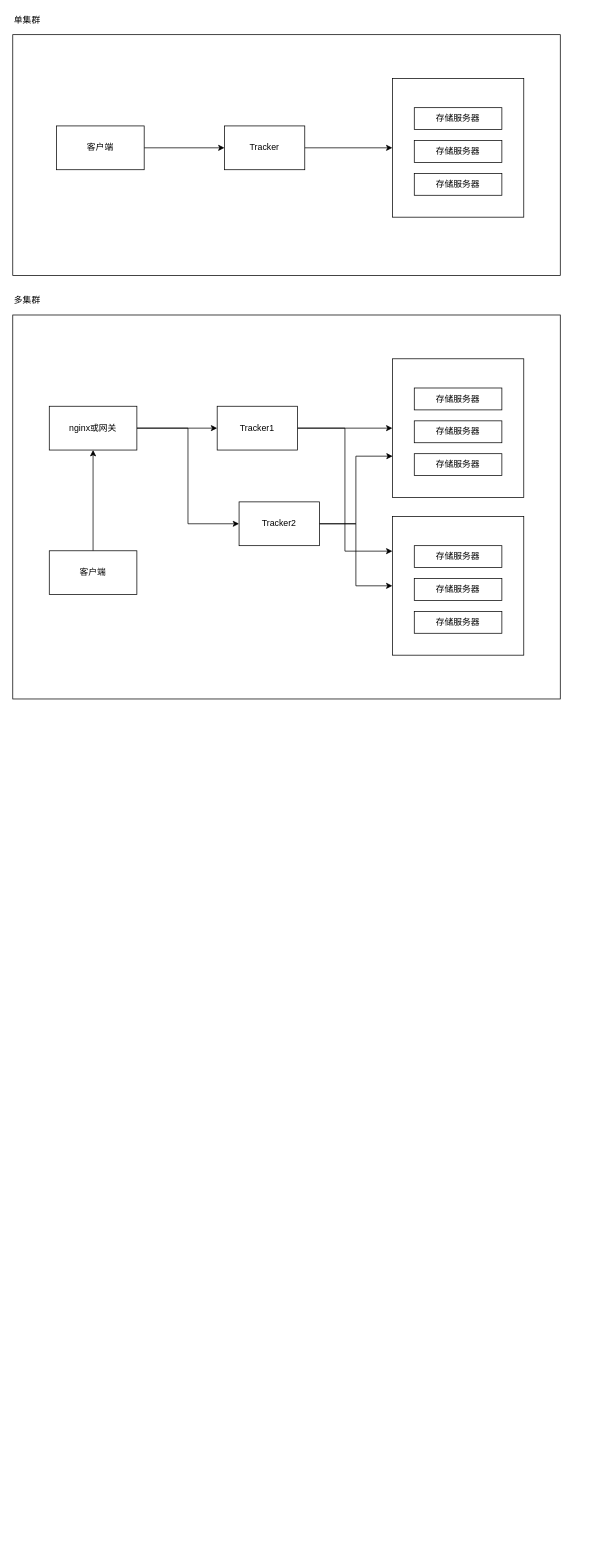
itmisx/go-dfs keeps this draw.io diagram as docs/frame.dio. Above is the earlier version. Source tidied: cells renumbered, new cells numbered last; positions are measured from the earlier drawing's top-left corner, leaving out a move shared by most shapes. Both pictures are drawn from the tidied source at 73%, with x=0, y=0 at pixel (12, 12).
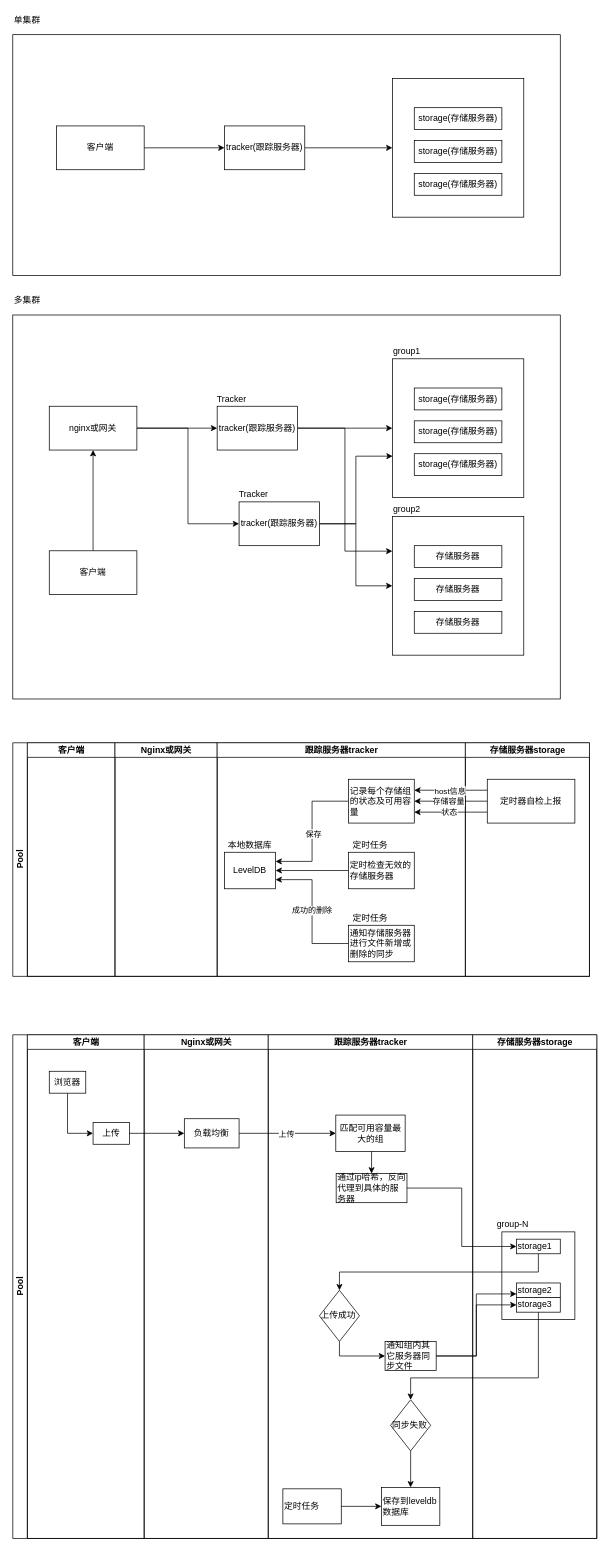
The same diagram, later.

The edit, as a diff of the source:
```diff
@@
-    <mxCell id="5" value="Tracker" style="rounded=0;whiteSpace=wrap;html=1;" parent="1" vertex="1">
+    <mxCell id="5" value="tracker(跟踪服务器)" style="rounded=0;whiteSpace=wrap;html=1;" parent="1" vertex="1">
       <mxGeometry x="290" y="155" width="110" height="60" as="geometry" />
     </mxCell>
@@
-    <mxCell id="8" value="存储服务器" style="rounded=0;whiteSpace=wrap;html=1;" parent="1" vertex="1">
+    <mxCell id="8" value="storage(存储服务器)" style="rounded=0;whiteSpace=wrap;html=1;" parent="1" vertex="1">
       <mxGeometry x="550" y="130" width="120" height="30" as="geometry" />
     </mxCell>
-    <mxCell id="9" value="存储服务器" style="rounded=0;whiteSpace=wrap;html=1;" parent="1" vertex="1">
+    <mxCell id="9" value="storage(存储服务器)" style="rounded=0;whiteSpace=wrap;html=1;" parent="1" vertex="1">
       <mxGeometry x="550" y="175" width="120" height="30" as="geometry" />
     </mxCell>
-    <mxCell id="10" value="存储服务器" style="rounded=0;whiteSpace=wrap;html=1;" parent="1" vertex="1">
+    <mxCell id="10" value="storage(存储服务器)" style="rounded=0;whiteSpace=wrap;html=1;" parent="1" vertex="1">
       <mxGeometry x="550" y="220" width="120" height="30" as="geometry" />
     </mxCell>
@@
-    <mxCell id="16" value="Tracker1" style="rounded=0;whiteSpace=wrap;html=1;" parent="1" vertex="1">
+    <mxCell id="16" value="tracker(跟踪服务器)" style="rounded=0;whiteSpace=wrap;html=1;" parent="1" vertex="1">
       <mxGeometry x="280" y="539" width="110" height="60" as="geometry" />
     </mxCell>
@@
-    <mxCell id="20" value="存储服务器" style="rounded=0;whiteSpace=wrap;html=1;" parent="1" vertex="1">
+    <mxCell id="20" value="storage(存储服务器)" style="rounded=0;whiteSpace=wrap;html=1;" parent="1" vertex="1">
       <mxGeometry x="550" y="514" width="120" height="30" as="geometry" />
     </mxCell>
-    <mxCell id="21" value="存储服务器" style="rounded=0;whiteSpace=wrap;html=1;" parent="1" vertex="1">
+    <mxCell id="21" value="storage(存储服务器)" style="rounded=0;whiteSpace=wrap;html=1;" parent="1" vertex="1">
       <mxGeometry x="550" y="559" width="120" height="30" as="geometry" />
     </mxCell>
-    <mxCell id="22" value="存储服务器" style="rounded=0;whiteSpace=wrap;html=1;" parent="1" vertex="1">
+    <mxCell id="22" value="storage(存储服务器)" style="rounded=0;whiteSpace=wrap;html=1;" parent="1" vertex="1">
       <mxGeometry x="550" y="604" width="120" height="30" as="geometry" />
     </mxCell>
@@
-    <mxCell id="30" value="Tracker2" style="rounded=0;whiteSpace=wrap;html=1;" parent="1" vertex="1">
+    <mxCell id="30" value="tracker(跟踪服务器)" style="rounded=0;whiteSpace=wrap;html=1;" parent="1" vertex="1">
       <mxGeometry x="310" y="670" width="110" height="60" as="geometry" />
     </mxCell>
@@
+    <mxCell id="33" value="group1" style="text;html=1;strokeColor=none;fillColor=none;align=center;verticalAlign=middle;whiteSpace=wrap;rounded=0;" parent="1" vertex="1">
+      <mxGeometry x="520" y="454" width="40" height="20" as="geometry" />
+    </mxCell>
+    <mxCell id="34" value="group2" style="text;html=1;strokeColor=none;fillColor=none;align=center;verticalAlign=middle;whiteSpace=wrap;rounded=0;" parent="1" vertex="1">
+      <mxGeometry x="520" y="670" width="40" height="20" as="geometry" />
+    </mxCell>
+    <mxCell id="35" value="Tracker" style="text;html=1;strokeColor=none;fillColor=none;align=center;verticalAlign=middle;whiteSpace=wrap;rounded=0;" parent="1" vertex="1">
+      <mxGeometry x="280" y="519" width="40" height="20" as="geometry" />
+    </mxCell>
+    <mxCell id="36" value="Tracker" style="text;html=1;strokeColor=none;fillColor=none;align=center;verticalAlign=middle;whiteSpace=wrap;rounded=0;" parent="1" vertex="1">
+      <mxGeometry x="310" y="650" width="40" height="20" as="geometry" />
+    </mxCell>
+    <mxCell id="37" value="Pool" style="swimlane;html=1;startSize=20;horizontal=0;" parent="1" vertex="1">
+      <mxGeometry y="1000" width="790" height="320" as="geometry" />
+    </mxCell>
+    <mxCell id="38" value="客户端" style="swimlane;html=1;startSize=20;" parent="37" vertex="1">
+      <mxGeometry x="20" width="120" height="320" as="geometry" />
+    </mxCell>
+    <mxCell id="39" style="edgeStyle=orthogonalEdgeStyle;rounded=0;orthogonalLoop=1;jettySize=auto;html=1;exitX=0.5;exitY=1;exitDx=0;exitDy=0;entryX=0;entryY=0.5;entryDx=0;entryDy=0;" parent="38" edge="1">
+      <mxGeometry relative="1" as="geometry">
+        <mxPoint x="55" y="250" as="sourcePoint" />
+      </mxGeometry>
+    </mxCell>
+    <mxCell id="40" style="edgeStyle=orthogonalEdgeStyle;rounded=0;orthogonalLoop=1;jettySize=auto;html=1;exitX=0.5;exitY=1;exitDx=0;exitDy=0;entryX=0;entryY=0.5;entryDx=0;entryDy=0;" parent="38" edge="1">
+      <mxGeometry relative="1" as="geometry">
+        <mxPoint x="55" y="250" as="sourcePoint" />
+      </mxGeometry>
+    </mxCell>
+    <mxCell id="41" style="edgeStyle=orthogonalEdgeStyle;rounded=0;orthogonalLoop=1;jettySize=auto;html=1;exitX=0.5;exitY=1;exitDx=0;exitDy=0;entryX=0;entryY=0.5;entryDx=0;entryDy=0;" parent="38" edge="1">
+      <mxGeometry relative="1" as="geometry">
+        <mxPoint x="55" y="250" as="sourcePoint" />
+      </mxGeometry>
+    </mxCell>
+    <mxCell id="42" value="Nginx或网关" style="swimlane;html=1;startSize=20;" parent="37" vertex="1">
+      <mxGeometry x="140" width="140" height="320" as="geometry" />
+    </mxCell>
+    <mxCell id="43" value="跟踪服务器tracker" style="swimlane;html=1;startSize=20;" parent="37" vertex="1">
+      <mxGeometry x="280" width="340" height="320" as="geometry" />
+    </mxCell>
+    <mxCell id="44" style="edgeStyle=orthogonalEdgeStyle;rounded=0;orthogonalLoop=1;jettySize=auto;html=1;exitX=0.5;exitY=1;exitDx=0;exitDy=0;entryX=0;entryY=0.5;entryDx=0;entryDy=0;" parent="43" edge="1">
+      <mxGeometry relative="1" as="geometry">
+        <mxPoint x="97.5" y="550" as="sourcePoint" />
+      </mxGeometry>
+    </mxCell>
+    <mxCell id="45" value="本地数据库" style="text;html=1;strokeColor=none;fillColor=none;align=center;verticalAlign=middle;whiteSpace=wrap;rounded=0;" parent="43" vertex="1">
+      <mxGeometry x="10" y="130" width="70" height="20" as="geometry" />
+    </mxCell>
+    <mxCell id="46" value="LevelDB" style="rounded=0;whiteSpace=wrap;html=1;align=center;" parent="43" vertex="1">
+      <mxGeometry x="10" y="150" width="70" height="50" as="geometry" />
+    </mxCell>
+    <mxCell id="47" value="定时任务" style="text;html=1;strokeColor=none;fillColor=none;align=center;verticalAlign=middle;whiteSpace=wrap;rounded=0;" parent="43" vertex="1">
+      <mxGeometry x="180" y="130" width="60" height="20" as="geometry" />
+    </mxCell>
+    <mxCell id="48" value="定时任务" style="text;html=1;strokeColor=none;fillColor=none;align=center;verticalAlign=middle;whiteSpace=wrap;rounded=0;" parent="43" vertex="1">
+      <mxGeometry x="180" y="230" width="60" height="20" as="geometry" />
+    </mxCell>
+    <mxCell id="49" style="edgeStyle=orthogonalEdgeStyle;rounded=0;jettySize=auto;html=1;exitX=0;exitY=0.5;exitDx=0;exitDy=0;entryX=1;entryY=0.75;entryDx=0;entryDy=0;" parent="43" edge="1" source="51" target="46">
+      <mxGeometry relative="1" as="geometry" />
+    </mxCell>
+    <mxCell id="50" value="成功的删除" style="edgeLabel;html=1;align=center;verticalAlign=middle;" parent="49" vertex="1">
+      <mxGeometry x="0.02" y="1" relative="1" as="geometry" />
+    </mxCell>
+    <mxCell id="51" value="通知存储服务器进行文件新增或删除的同步" style="rounded=0;whiteSpace=wrap;html=1;align=left;" parent="43" vertex="1">
+      <mxGeometry x="180" y="250" width="90" height="50" as="geometry" />
+    </mxCell>
+    <mxCell id="52" style="edgeStyle=orthogonalEdgeStyle;rounded=0;jettySize=auto;html=1;exitX=0;exitY=0.5;exitDx=0;exitDy=0;entryX=1;entryY=0.5;entryDx=0;entryDy=0;" parent="43" edge="1" source="53" target="46">
+      <mxGeometry relative="1" as="geometry" />
+    </mxCell>
+    <mxCell id="53" value="定时检查无效的存储服务器" style="rounded=0;whiteSpace=wrap;html=1;align=left;" parent="43" vertex="1">
+      <mxGeometry x="180" y="150" width="90" height="50" as="geometry" />
+    </mxCell>
+    <mxCell id="54" style="edgeStyle=orthogonalEdgeStyle;rounded=0;jettySize=auto;html=1;exitX=0;exitY=0.5;exitDx=0;exitDy=0;entryX=1;entryY=0.25;entryDx=0;entryDy=0;" parent="43" edge="1" source="56" target="46">
+      <mxGeometry relative="1" as="geometry" />
+    </mxCell>
+    <mxCell id="55" value="保存" style="edgeLabel;html=1;align=center;verticalAlign=middle;" parent="54" vertex="1">
+      <mxGeometry x="0.04" y="1" relative="1" as="geometry">
+        <mxPoint y="-1" as="offset" />
+      </mxGeometry>
+    </mxCell>
+    <mxCell id="56" value="记录每个存储组的状态及可用容量" style="rounded=0;whiteSpace=wrap;html=1;align=left;" parent="43" vertex="1">
+      <mxGeometry x="180" y="50" width="90" height="60" as="geometry" />
+    </mxCell>
+    <mxCell id="57" value="存储服务器storage" style="swimlane;html=1;startSize=20;" parent="37" vertex="1">
+      <mxGeometry x="620" width="170" height="320" as="geometry" />
+    </mxCell>
+    <mxCell id="58" value="定时器自检上报" style="rounded=0;whiteSpace=wrap;html=1;" parent="57" vertex="1">
+      <mxGeometry x="30" y="50" width="120" height="60" as="geometry" />
+    </mxCell>
+    <mxCell id="59" style="edgeStyle=orthogonalEdgeStyle;rounded=0;orthogonalLoop=1;jettySize=auto;html=1;exitX=1;exitY=0.5;exitDx=0;exitDy=0;entryX=0;entryY=0.5;entryDx=0;entryDy=0;" parent="37" edge="1">
+      <mxGeometry relative="1" as="geometry">
+        <mxPoint x="160" y="305" as="sourcePoint" />
+      </mxGeometry>
+    </mxCell>
+    <mxCell id="60" style="edgeStyle=orthogonalEdgeStyle;rounded=0;orthogonalLoop=1;jettySize=auto;html=1;exitX=1;exitY=0.5;exitDx=0;exitDy=0;entryX=0;entryY=0.5;entryDx=0;entryDy=0;" parent="37" edge="1">
+      <mxGeometry relative="1" as="geometry">
+        <mxPoint x="160" y="355" as="sourcePoint" />
+      </mxGeometry>
+    </mxCell>
+    <mxCell id="61" style="edgeStyle=orthogonalEdgeStyle;rounded=0;orthogonalLoop=1;jettySize=auto;html=1;exitX=1;exitY=0.5;exitDx=0;exitDy=0;entryX=0;entryY=0.5;entryDx=0;entryDy=0;" parent="37" edge="1">
+      <mxGeometry relative="1" as="geometry">
+        <mxPoint x="160" y="405" as="sourcePoint" />
+      </mxGeometry>
+    </mxCell>
+    <mxCell id="62" style="edgeStyle=orthogonalEdgeStyle;rounded=0;orthogonalLoop=1;jettySize=auto;html=1;exitX=1;exitY=0.5;exitDx=0;exitDy=0;entryX=0;entryY=0.5;entryDx=0;entryDy=0;" parent="37" edge="1">
+      <mxGeometry relative="1" as="geometry">
+        <mxPoint x="320" y="405" as="sourcePoint" />
+      </mxGeometry>
+    </mxCell>
+    <mxCell id="63" value="上传" style="edgeLabel;html=1;align=center;verticalAlign=middle;" parent="62" vertex="1">
+      <mxGeometry x="-0.03" relative="1" as="geometry" />
+    </mxCell>
+    <mxCell id="64" style="edgeStyle=orthogonalEdgeStyle;rounded=0;jettySize=auto;html=1;exitX=0;exitY=0.25;exitDx=0;exitDy=0;entryX=1;entryY=0.25;entryDx=0;entryDy=0;" parent="37" edge="1" source="58" target="56">
+      <mxGeometry relative="1" as="geometry" />
+    </mxCell>
+    <mxCell id="65" value="host信息" style="edgeLabel;html=1;align=center;verticalAlign=middle;" parent="64" vertex="1">
+      <mxGeometry x="0.11" relative="1" as="geometry">
+        <mxPoint x="4.7" as="offset" />
+      </mxGeometry>
+    </mxCell>
+    <mxCell id="66" style="edgeStyle=orthogonalEdgeStyle;rounded=0;jettySize=auto;html=1;exitX=0;exitY=0.5;exitDx=0;exitDy=0;entryX=1;entryY=0.5;entryDx=0;entryDy=0;" parent="37" edge="1" source="58" target="56">
+      <mxGeometry relative="1" as="geometry" />
+    </mxCell>
+    <mxCell id="67" value="存储容量" style="edgeLabel;html=1;align=center;verticalAlign=middle;" parent="66" vertex="1">
+      <mxGeometry x="0.29" y="-1" relative="1" as="geometry">
+        <mxPoint x="11.8" y="1" as="offset" />
+      </mxGeometry>
+    </mxCell>
+    <mxCell id="68" style="edgeStyle=orthogonalEdgeStyle;rounded=0;jettySize=auto;html=1;exitX=0;exitY=0.75;exitDx=0;exitDy=0;entryX=1;entryY=0.75;entryDx=0;entryDy=0;" parent="37" edge="1" source="58" target="56">
+      <mxGeometry relative="1" as="geometry" />
+    </mxCell>
+    <mxCell id="69" value="状态" style="edgeLabel;html=1;align=center;verticalAlign=middle;" parent="68" vertex="1">
+      <mxGeometry x="0.06" relative="1" as="geometry" />
+    </mxCell>
+    <mxCell id="70" style="edgeStyle=orthogonalEdgeStyle;rounded=0;orthogonalLoop=1;jettySize=auto;html=1;exitX=1;exitY=0.5;exitDx=0;exitDy=0;entryX=0.5;entryY=0;entryDx=0;entryDy=0;" parent="37" edge="1">
+      <mxGeometry relative="1" as="geometry">
+        <mxPoint x="500" y="405" as="sourcePoint" />
+      </mxGeometry>
+    </mxCell>
+    <mxCell id="71" style="edgeStyle=orthogonalEdgeStyle;rounded=0;orthogonalLoop=1;jettySize=auto;html=1;exitX=0;exitY=0.5;exitDx=0;exitDy=0;entryX=0.5;entryY=0;entryDx=0;entryDy=0;" parent="37" edge="1">
+      <mxGeometry relative="1" as="geometry">
+        <mxPoint x="447.5" y="480" as="targetPoint" />
+      </mxGeometry>
+    </mxCell>
+    <mxCell id="72" style="edgeStyle=orthogonalEdgeStyle;rounded=0;orthogonalLoop=1;jettySize=auto;html=1;exitX=1;exitY=0.5;exitDx=0;exitDy=0;entryX=0.5;entryY=1;entryDx=0;entryDy=0;" parent="37" edge="1">
+      <mxGeometry relative="1" as="geometry">
+        <mxPoint x="720" y="469" as="targetPoint" />
+      </mxGeometry>
+    </mxCell>
+    <mxCell id="73" value="Pool" style="swimlane;html=1;startSize=20;horizontal=0;" parent="1" vertex="1">
+      <mxGeometry y="1400" width="800" height="690" as="geometry" />
+    </mxCell>
+    <mxCell id="74" value="客户端" style="swimlane;html=1;startSize=20;" parent="73" vertex="1">
+      <mxGeometry x="20" width="160" height="690" as="geometry" />
+    </mxCell>
+    <mxCell id="75" style="edgeStyle=orthogonalEdgeStyle;rounded=0;jettySize=auto;html=1;exitX=0.5;exitY=1;exitDx=0;exitDy=0;entryX=0;entryY=0.5;entryDx=0;entryDy=0;" parent="74" edge="1" source="76" target="77">
+      <mxGeometry relative="1" as="geometry" />
+    </mxCell>
+    <mxCell id="76" value="浏览器" style="rounded=0;whiteSpace=wrap;html=1;" parent="74" vertex="1">
+      <mxGeometry x="30" y="50" width="50" height="30" as="geometry" />
+    </mxCell>
+    <mxCell id="77" value="上传" style="rounded=0;whiteSpace=wrap;html=1;" parent="74" vertex="1">
+      <mxGeometry x="90" y="120" width="50" height="30" as="geometry" />
+    </mxCell>
+    <mxCell id="78" value="Nginx或网关" style="swimlane;html=1;startSize=20;" parent="73" vertex="1">
+      <mxGeometry x="180" width="170" height="690" as="geometry" />
+    </mxCell>
+    <mxCell id="79" value="负载均衡" style="rounded=0;whiteSpace=wrap;html=1;" parent="78" vertex="1">
+      <mxGeometry x="55" y="115" width="75" height="40" as="geometry" />
+    </mxCell>
+    <mxCell id="80" value="跟踪服务器tracker" style="swimlane;html=1;startSize=20;" parent="73" vertex="1">
+      <mxGeometry x="350" width="280" height="690" as="geometry" />
+    </mxCell>
+    <mxCell id="81" style="edgeStyle=orthogonalEdgeStyle;rounded=0;orthogonalLoop=1;jettySize=auto;html=1;exitX=0;exitY=0.5;exitDx=0;exitDy=0;entryX=0.5;entryY=0;entryDx=0;entryDy=0;" parent="80" edge="1">
+      <mxGeometry relative="1" as="geometry">
+        <mxPoint x="90" y="145" as="sourcePoint" />
+        <Array as="points">
+          <mxPoint x="30" y="145" />
+        </Array>
+      </mxGeometry>
+    </mxCell>
+    <mxCell id="82" style="edgeStyle=orthogonalEdgeStyle;rounded=0;jettySize=auto;html=1;exitX=0.5;exitY=1;exitDx=0;exitDy=0;entryX=0;entryY=0.5;entryDx=0;entryDy=0;" parent="80" edge="1" source="85" target="90">
+      <mxGeometry relative="1" as="geometry" />
+    </mxCell>
+    <mxCell id="83" style="edgeStyle=orthogonalEdgeStyle;rounded=0;jettySize=auto;html=1;exitX=0.5;exitY=1;exitDx=0;exitDy=0;entryX=0.5;entryY=0;entryDx=0;entryDy=0;" parent="80" edge="1" source="86" target="87">
+      <mxGeometry relative="1" as="geometry" />
+    </mxCell>
+    <mxCell id="84" value="定时任务" style="rounded=0;whiteSpace=wrap;html=1;align=left;" parent="80" vertex="1">
+      <mxGeometry x="20" y="622" width="80" height="48" as="geometry" />
+    </mxCell>
+    <mxCell id="85" value="上传成功" style="rhombus;whiteSpace=wrap;html=1;align=left;" parent="80" vertex="1">
+      <mxGeometry x="70" y="350" width="55" height="70" as="geometry" />
+    </mxCell>
+    <mxCell id="86" value="匹配可用容量最大的组" style="rounded=0;whiteSpace=wrap;html=1;" parent="80" vertex="1">
+      <mxGeometry x="92.5" y="110" width="95" height="50" as="geometry" />
+    </mxCell>
+    <mxCell id="87" value="通过ip哈希，反向代理到具体的服务器" style="rounded=0;whiteSpace=wrap;html=1;align=left;" parent="80" vertex="1">
+      <mxGeometry x="93" y="190" width="97" height="40" as="geometry" />
+    </mxCell>
+    <mxCell id="88" style="edgeStyle=orthogonalEdgeStyle;rounded=0;jettySize=auto;html=1;exitX=0.5;exitY=1;exitDx=0;exitDy=0;entryX=0.5;entryY=0;entryDx=0;entryDy=0;" parent="80" edge="1" source="89" target="92">
+      <mxGeometry relative="1" as="geometry" />
+    </mxCell>
+    <mxCell id="89" value="同步失败" style="rhombus;whiteSpace=wrap;html=1;align=left;" parent="80" vertex="1">
+      <mxGeometry x="167.5" y="500" width="55" height="70" as="geometry" />
+    </mxCell>
+    <mxCell id="90" value="通知组内其它服务器同步文件" style="rounded=0;whiteSpace=wrap;html=1;align=left;" parent="80" vertex="1">
+      <mxGeometry x="160" y="420" width="70" height="40" as="geometry" />
+    </mxCell>
+    <mxCell id="91" style="edgeStyle=orthogonalEdgeStyle;rounded=0;jettySize=auto;html=1;exitX=1;exitY=0.5;exitDx=0;exitDy=0;entryX=0;entryY=0.5;entryDx=0;entryDy=0;" parent="80" edge="1" source="84" target="92">
+      <mxGeometry relative="1" as="geometry" />
+    </mxCell>
+    <mxCell id="92" value="保存到leveldb数据库" style="rounded=0;whiteSpace=wrap;html=1;align=left;" parent="80" vertex="1">
+      <mxGeometry x="155" y="620" width="80" height="52" as="geometry" />
+    </mxCell>
+    <mxCell id="93" style="edgeStyle=orthogonalEdgeStyle;rounded=0;jettySize=auto;html=1;exitX=1;exitY=0.5;exitDx=0;exitDy=0;entryX=0;entryY=0.5;entryDx=0;entryDy=0;" parent="73" edge="1" source="77" target="79">
+      <mxGeometry relative="1" as="geometry" />
+    </mxCell>
+    <mxCell id="94" style="edgeStyle=orthogonalEdgeStyle;rounded=0;jettySize=auto;html=1;exitX=1;exitY=0.5;exitDx=0;exitDy=0;entryX=0;entryY=0.5;entryDx=0;entryDy=0;" parent="73" edge="1" source="79" target="86">
+      <mxGeometry relative="1" as="geometry" />
+    </mxCell>
+    <mxCell id="95" value="上传" style="edgeLabel;html=1;align=center;verticalAlign=middle;" parent="94" vertex="1">
+      <mxGeometry x="-0.03" relative="1" as="geometry" />
+    </mxCell>
+    <mxCell id="96" style="edgeStyle=orthogonalEdgeStyle;rounded=0;orthogonalLoop=1;jettySize=auto;html=1;exitX=0;exitY=0.25;exitDx=0;exitDy=0;entryX=1;entryY=0.25;entryDx=0;entryDy=0;" parent="73" edge="1">
+      <mxGeometry relative="1" as="geometry">
+        <mxPoint x="530" y="65" as="targetPoint" />
+      </mxGeometry>
+    </mxCell>
+    <mxCell id="97" value="host信息" style="edgeLabel;html=1;align=center;verticalAlign=middle;" parent="96" vertex="1">
+      <mxGeometry x="0.11" relative="1" as="geometry">
+        <mxPoint x="4.7" as="offset" />
+      </mxGeometry>
+    </mxCell>
+    <mxCell id="98" style="edgeStyle=orthogonalEdgeStyle;rounded=0;orthogonalLoop=1;jettySize=auto;html=1;exitX=0;exitY=0.5;exitDx=0;exitDy=0;entryX=1;entryY=0.5;entryDx=0;entryDy=0;" parent="73" edge="1">
+      <mxGeometry relative="1" as="geometry">
+        <mxPoint x="530" y="80" as="targetPoint" />
+      </mxGeometry>
+    </mxCell>
+    <mxCell id="99" value="存储容量" style="edgeLabel;html=1;align=center;verticalAlign=middle;" parent="98" vertex="1">
+      <mxGeometry x="0.29" y="-1" relative="1" as="geometry">
+        <mxPoint x="11.8" y="1" as="offset" />
+      </mxGeometry>
+    </mxCell>
+    <mxCell id="100" style="edgeStyle=orthogonalEdgeStyle;rounded=0;orthogonalLoop=1;jettySize=auto;html=1;exitX=0;exitY=0.75;exitDx=0;exitDy=0;entryX=1;entryY=0.75;entryDx=0;entryDy=0;" parent="73" edge="1">
+      <mxGeometry relative="1" as="geometry">
+        <mxPoint x="530" y="95" as="targetPoint" />
+      </mxGeometry>
+    </mxCell>
+    <mxCell id="101" value="状态" style="edgeLabel;html=1;align=center;verticalAlign=middle;" parent="100" vertex="1">
+      <mxGeometry x="0.06" relative="1" as="geometry" />
+    </mxCell>
+    <mxCell id="102" value="存储服务器storage" style="swimlane;html=1;startSize=20;" parent="73" vertex="1">
+      <mxGeometry x="630" width="170" height="690" as="geometry" />
+    </mxCell>
+    <mxCell id="103" style="rounded=0;whiteSpace=wrap;html=1;align=center;" parent="102" vertex="1">
+      <mxGeometry x="40" y="270" width="100" height="120" as="geometry" />
+    </mxCell>
+    <mxCell id="104" value="storage1" style="rounded=0;whiteSpace=wrap;html=1;align=left;" parent="102" vertex="1">
+      <mxGeometry x="60" y="280" width="60" height="20" as="geometry" />
+    </mxCell>
+    <mxCell id="105" value="group-N" style="text;html=1;strokeColor=none;fillColor=none;align=center;verticalAlign=middle;whiteSpace=wrap;rounded=0;" parent="102" vertex="1">
+      <mxGeometry x="30" y="250" width="50" height="20" as="geometry" />
+    </mxCell>
+    <mxCell id="106" value="storage3" style="rounded=0;whiteSpace=wrap;html=1;align=left;" parent="102" vertex="1">
+      <mxGeometry x="60" y="360" width="60" height="20" as="geometry" />
+    </mxCell>
+    <mxCell id="107" value="storage2" style="rounded=0;whiteSpace=wrap;html=1;align=left;" parent="102" vertex="1">
+      <mxGeometry x="60" y="340" width="60" height="20" as="geometry" />
+    </mxCell>
+    <mxCell id="108" style="edgeStyle=orthogonalEdgeStyle;rounded=0;jettySize=auto;html=1;exitX=1;exitY=0.5;exitDx=0;exitDy=0;entryX=0;entryY=0.5;entryDx=0;entryDy=0;" parent="73" edge="1" source="87" target="104">
+      <mxGeometry relative="1" as="geometry" />
+    </mxCell>
+    <mxCell id="109" style="edgeStyle=orthogonalEdgeStyle;rounded=0;jettySize=auto;html=1;exitX=0.5;exitY=1;exitDx=0;exitDy=0;entryX=0.5;entryY=0;entryDx=0;entryDy=0;" parent="73" edge="1" source="104" target="85">
+      <mxGeometry relative="1" as="geometry" />
+    </mxCell>
+    <mxCell id="110" style="edgeStyle=orthogonalEdgeStyle;rounded=0;jettySize=auto;html=1;exitX=1;exitY=0.5;exitDx=0;exitDy=0;entryX=0;entryY=0.75;entryDx=0;entryDy=0;" parent="73" edge="1" source="90" target="107">
+      <mxGeometry relative="1" as="geometry" />
+    </mxCell>
+    <mxCell id="111" style="edgeStyle=orthogonalEdgeStyle;rounded=0;jettySize=auto;html=1;exitX=1;exitY=0.5;exitDx=0;exitDy=0;entryX=0;entryY=0.5;entryDx=0;entryDy=0;" parent="73" edge="1" source="90" target="106">
+      <mxGeometry relative="1" as="geometry" />
+    </mxCell>
+    <mxCell id="112" style="edgeStyle=orthogonalEdgeStyle;rounded=0;jettySize=auto;html=1;exitX=0.5;exitY=1;exitDx=0;exitDy=0;" parent="73" edge="1" source="106" target="89">
+      <mxGeometry relative="1" as="geometry">
+        <Array as="points">
+          <mxPoint x="720" y="470" />
+          <mxPoint x="545" y="470" />
+        </Array>
+      </mxGeometry>
+    </mxCell>
```
